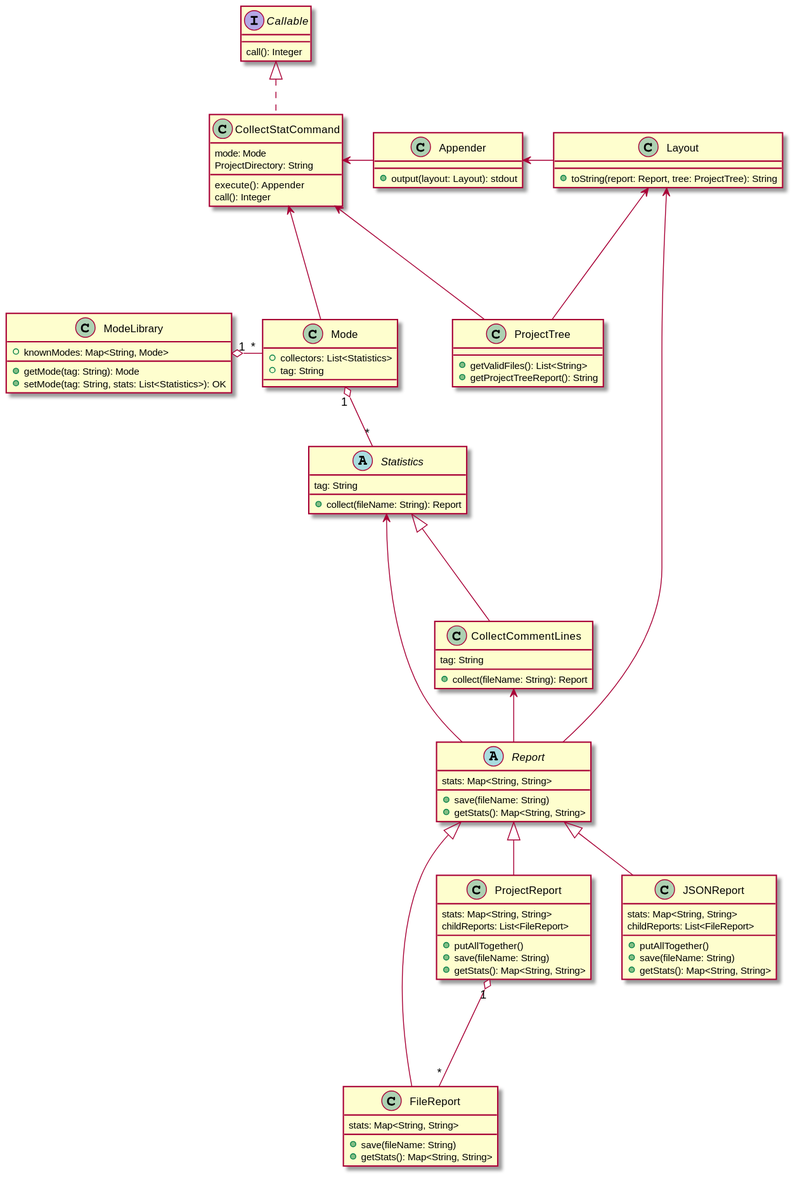
This is staticUML.svg from vetand/code-statistics, a PlantUML export, as it was before one commit.
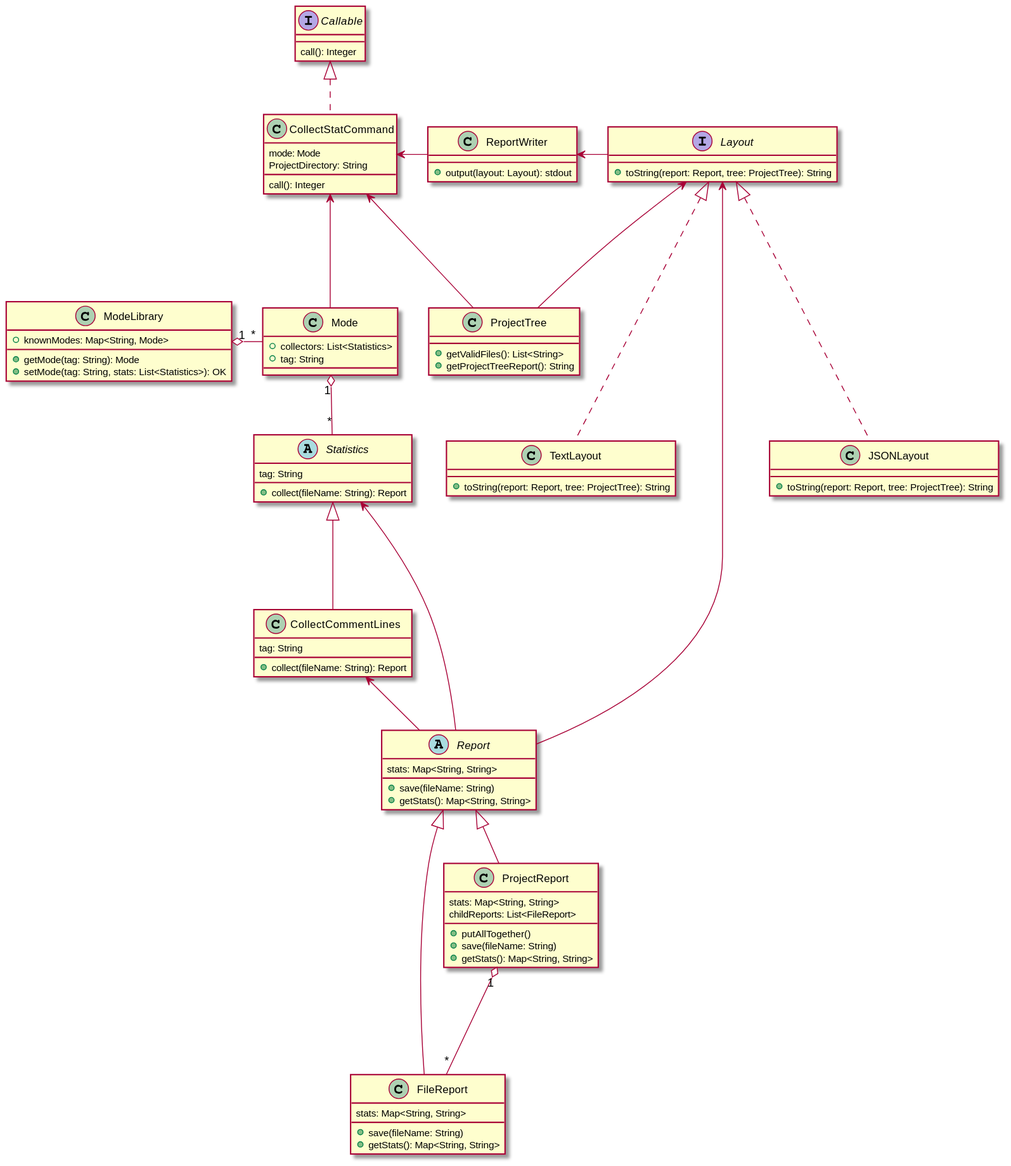
After the change.

The edit, as a diff of the source:
```diff
@@ -43,7 +43,6 @@
 class CollectStatCommand {
     mode: Mode
     ProjectDirectory: String
-    execute(): Appender
     call(): Integer
 }
 
@@ -55,16 +54,16 @@
     +getStats(): Map<String, String>
 }
 
-class Layout {
+interface Layout {
     +toString(report: Report, tree: ProjectTree): String
 }
 
-class Appender {
+class ReportWriter {
     +output(layout: Layout): stdout
 }
 
-CollectStatCommand <- Appender
-Appender <- Layout
+CollectStatCommand <- ReportWriter
+ReportWriter <- Layout
 
 class ProjectReport {
     stats: Map<String, String>
@@ -88,14 +87,15 @@
 CollectCommentLines <-- Report
 Statistics <-- Report
 
-class JSONReport {
-    stats: Map<String, String>
-    childReports: List<FileReport>
-    +putAllTogether()
-    +save(fileName: String)
-    +getStats(): Map<String, String>
+class JSONLayout {
+    +toString(report: Report, tree: ProjectTree): String
 }
 
-Report <|-- JSONReport
+class TextLayout {
+    +toString(report: Report, tree: ProjectTree): String
+}
+
+Layout <|.... JSONLayout
+Layout <|.... TextLayout
 
 @enduml
```
